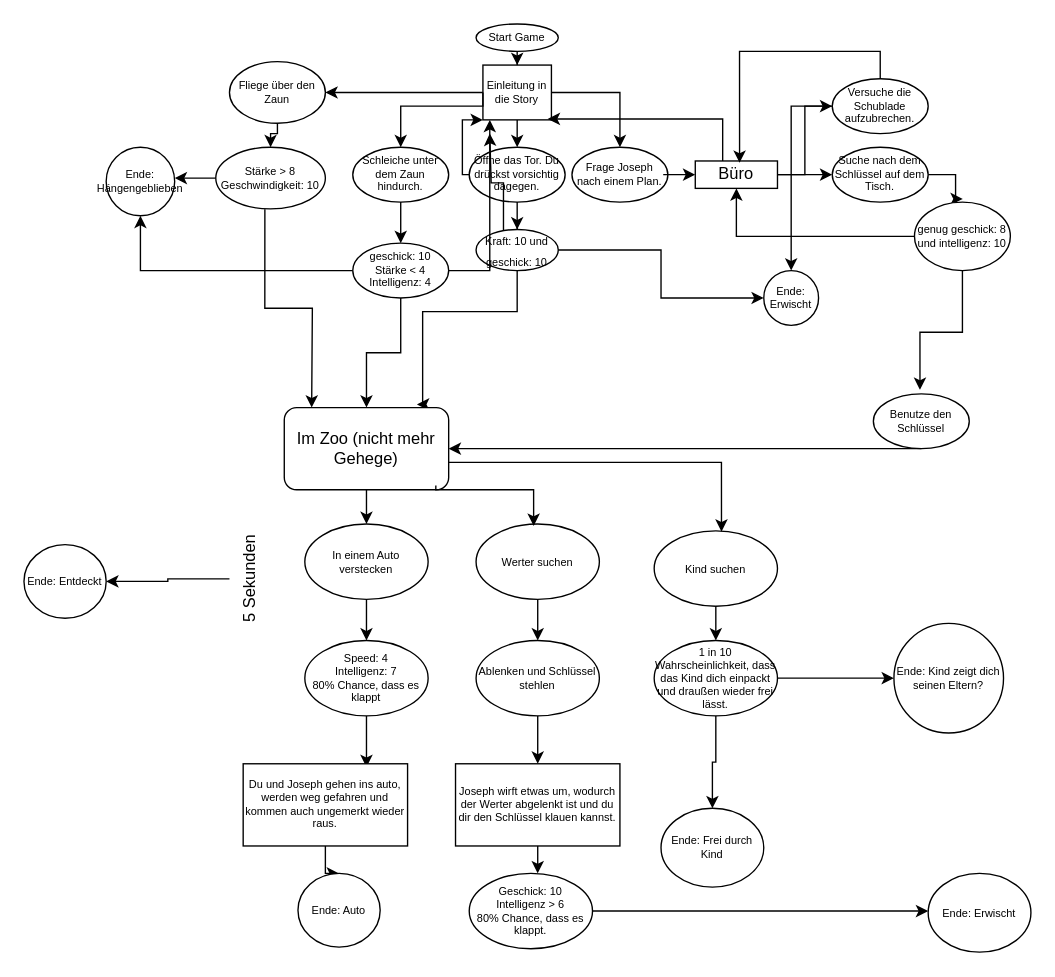
This is Decision diagram.drawio from JonasLindinger/Duckscape, a draw.io file, before an edit. Source tidied: cells renumbered, new cells numbered last; positions are measured from the earlier drawing's top-left corner, leaving out a move shared by most shapes. Both pictures are drawn from the tidied source at 137%, with x=0, y=0 at pixel (23, 23).
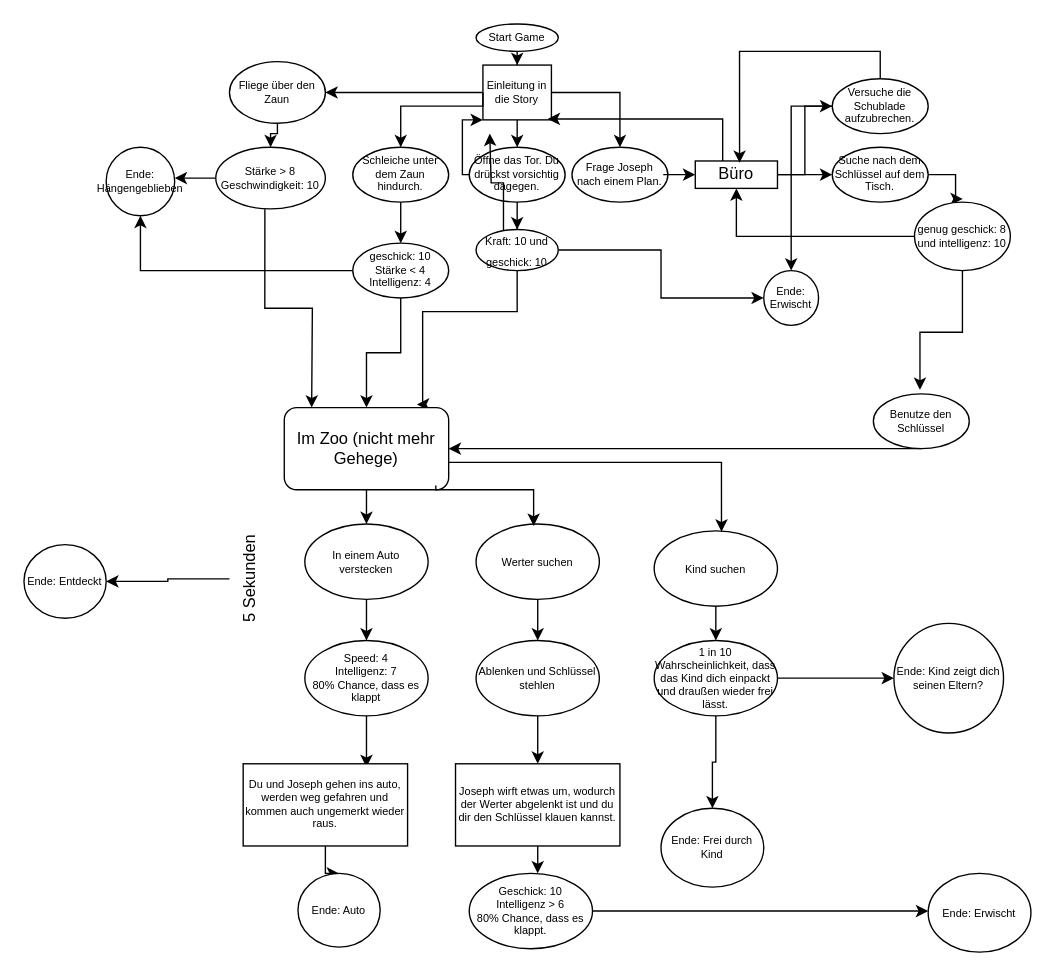
Above is the later version.

Unchanged cells that the change refers to:
```xml
<mxCell id="7" value="Einleitung in die Story" style="rounded=0;whiteSpace=wrap;html=1;fontSize=8;" parent="1" vertex="1">
  <mxGeometry x="335" y="30" width="50" height="40" as="geometry" />
</mxCell>
<mxCell id="37" value="geschick: 10&lt;br&gt;Stärke &amp;lt; 4&lt;br&gt;Intelligenz: 4" style="ellipse;whiteSpace=wrap;html=1;fontSize=8;" parent="1" vertex="1">
  <mxGeometry x="240" y="160" width="70" height="40" as="geometry" />
</mxCell>
```

Change to the diagram source:
```diff
@@
-    <mxCell id="40" style="edgeStyle=orthogonalEdgeStyle;rounded=0;jettySize=auto;html=1;entryX=0.1;entryY=1;entryDx=0;entryDy=0;entryPerimeter=0;" parent="1" edge="1" source="37" target="7">
-      <mxGeometry relative="1" as="geometry" />
-    </mxCell>
```
